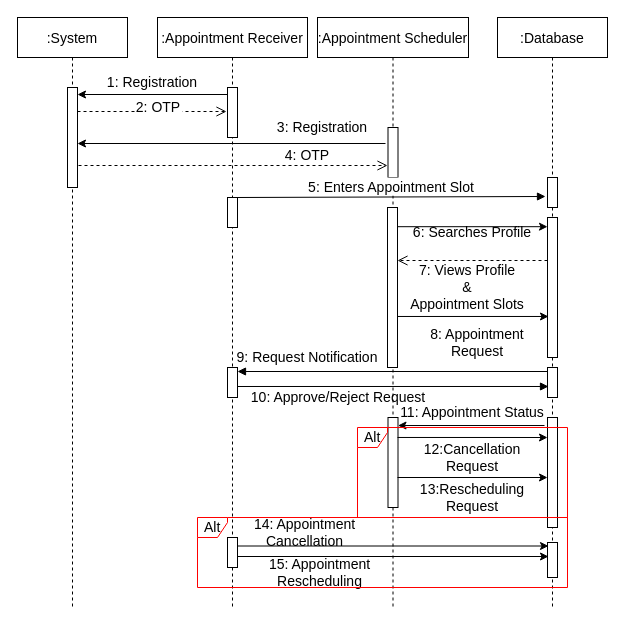
The draw.io diagram SequnceDiagram.drawio in Yash7200/CP-1, before the edit. Source tidied: cells renumbered, new cells numbered last; positions are measured from the earlier drawing's top-left corner, leaving out a move shared by most shapes. Both pictures are drawn from the tidied source at 100%, with x=0, y=0 at pixel (17, 17).
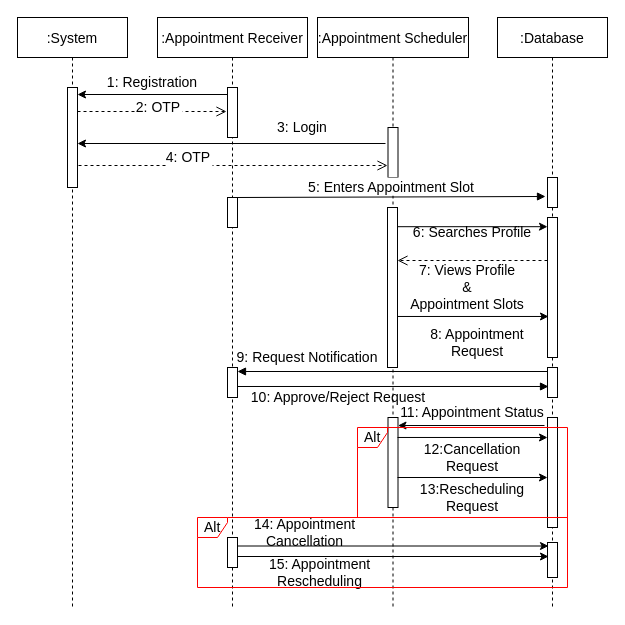
The same diagram, later.

The change refers to these unchanged cells:
```xml
<mxCell id="3" style="points=[];perimeter=orthogonalPerimeter;rounded=0;shadow=0;strokeWidth=1;" parent="2" vertex="1">
  <mxGeometry x="50" y="70" width="10" height="100" as="geometry" />
</mxCell>
<mxCell id="13" style="points=[];perimeter=orthogonalPerimeter;rounded=0;shadow=0;strokeWidth=1;" parent="12" vertex="1">
  <mxGeometry x="70.5" y="110" width="10" height="50" as="geometry" />
</mxCell>
```

What changed in the source:
```diff
@@
-    <mxCell id="19" value="3: Registration" style="text;html=1;strokeColor=none;fillColor=none;align=center;verticalAlign=middle;whiteSpace=wrap;rounded=0;fontSize=14;" parent="1" vertex="1">
-      <mxGeometry x="250" y="95" width="110" height="30" as="geometry" />
+    <mxCell id="19" value="3: Login" style="text;html=1;strokeColor=none;fillColor=none;align=center;verticalAlign=middle;whiteSpace=wrap;rounded=0;fontSize=14;" parent="1" vertex="1">
+      <mxGeometry x="230" y="95" width="110" height="30" as="geometry" />
     </mxCell>
     <mxCell id="20" value="4: OTP" style="verticalAlign=bottom;endArrow=open;dashed=1;endSize=8;shadow=0;strokeWidth=1;exitX=1.1;exitY=0.78;exitDx=0;exitDy=0;exitPerimeter=0;entryX=-0.05;entryY=0.76;entryDx=0;entryDy=0;entryPerimeter=0;fontSize=14;" parent="1" edge="1" source="3" target="13">
-      <mxGeometry x="0.48" relative="1" as="geometry" />
+      <mxGeometry x="-0.29" y="-2" relative="1" as="geometry" />
     </mxCell>
```
